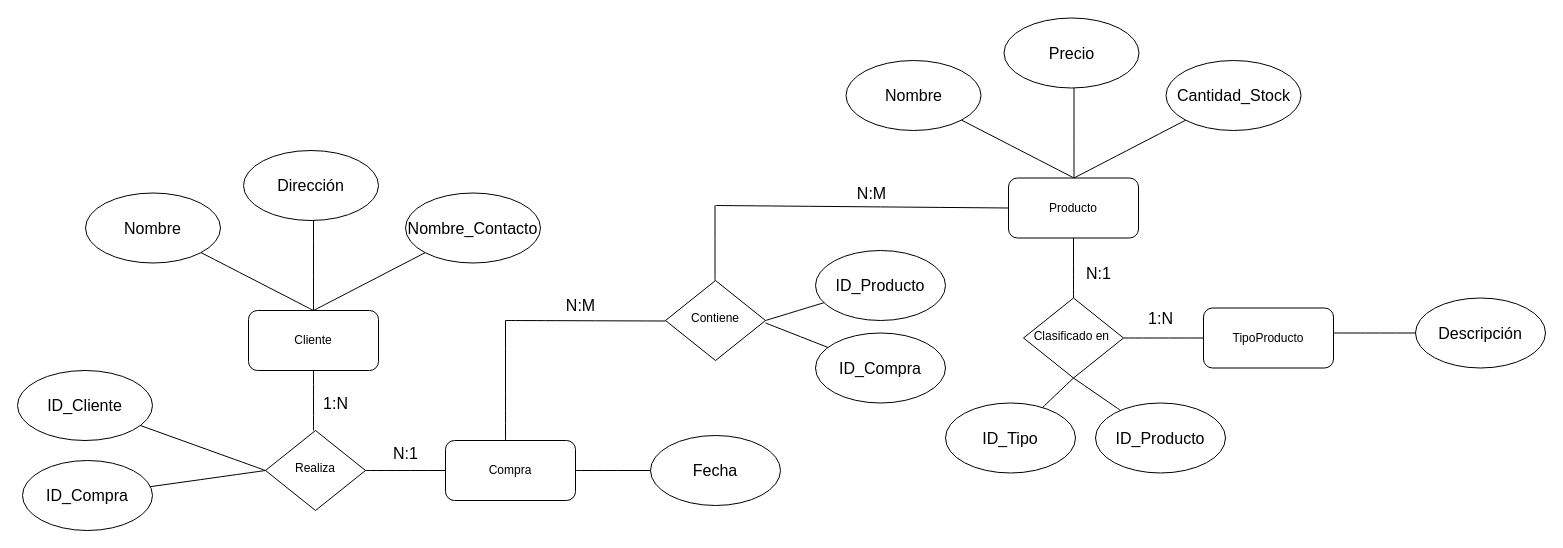
Before: Diagrama_examen_bdd.drawio in Alexx231/python, a draw.io diagram. Source tidied: cells renumbered, new cells numbered last; positions are measured from the earlier drawing's top-left corner, leaving out a move shared by most shapes. Both pictures are drawn from the tidied source at 100%, with x=0, y=0 at pixel (17, 18).
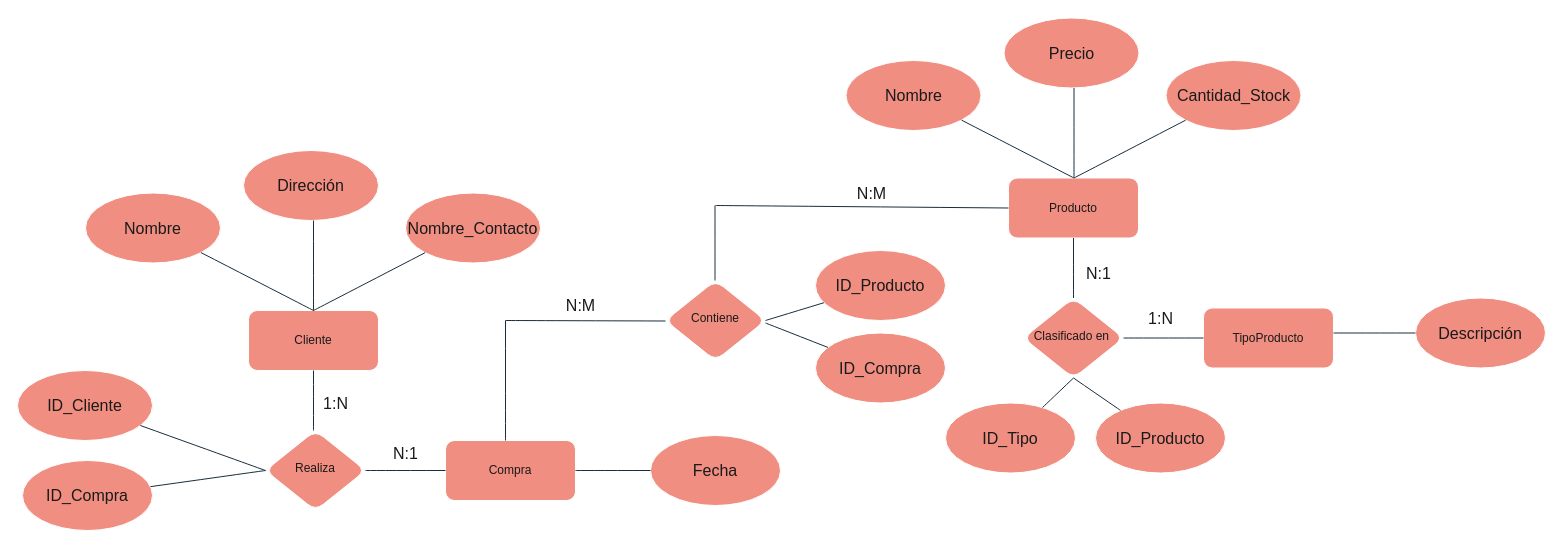
After the change.

Change to the diagram source:
```diff
@@
-    <mxCell id="2" value="Producto" style="rounded=1;whiteSpace=wrap;html=1;fontSize=12;glass=0;strokeWidth=1;shadow=0;" parent="1" vertex="1">
+    <mxCell id="2" value="Producto" style="rounded=1;whiteSpace=wrap;html=1;fontSize=12;glass=0;strokeWidth=1;shadow=0;labelBackgroundColor=none;fillColor=#F08E81;strokeColor=#FFFFFF;fontColor=#1A1A1A;" parent="1" vertex="1">
       <mxGeometry x="991" y="159.5" width="130" height="60" as="geometry" />
     </mxCell>
-    <mxCell id="3" value="Clasificado en&amp;nbsp;" style="rhombus;whiteSpace=wrap;html=1;shadow=0;fontFamily=Helvetica;fontSize=12;align=center;strokeWidth=1;spacing=6;spacingTop=-4;" parent="1" vertex="1">
+    <mxCell id="3" value="Clasificado en&amp;nbsp;" style="rhombus;whiteSpace=wrap;html=1;shadow=0;fontFamily=Helvetica;fontSize=12;align=center;strokeWidth=1;spacing=6;spacingTop=-4;labelBackgroundColor=none;fillColor=#F08E81;strokeColor=#FFFFFF;fontColor=#1A1A1A;rounded=1;" parent="1" vertex="1">
       <mxGeometry x="1006" y="279.5" width="100" height="80" as="geometry" />
     </mxCell>
-    <mxCell id="4" value="TipoProducto" style="rounded=1;whiteSpace=wrap;html=1;fontSize=12;glass=0;strokeWidth=1;shadow=0;" parent="1" vertex="1">
+    <mxCell id="4" value="TipoProducto" style="rounded=1;whiteSpace=wrap;html=1;fontSize=12;glass=0;strokeWidth=1;shadow=0;labelBackgroundColor=none;fillColor=#F08E81;strokeColor=#FFFFFF;fontColor=#1A1A1A;" parent="1" vertex="1">
       <mxGeometry x="1186" y="289.5" width="130" height="60" as="geometry" />
     </mxCell>
-    <mxCell id="5" value="Realiza" style="rhombus;whiteSpace=wrap;html=1;shadow=0;fontFamily=Helvetica;fontSize=12;align=center;strokeWidth=1;spacing=6;spacingTop=-4;" parent="1" vertex="1">
+    <mxCell id="5" value="Realiza" style="rhombus;whiteSpace=wrap;html=1;shadow=0;fontFamily=Helvetica;fontSize=12;align=center;strokeWidth=1;spacing=6;spacingTop=-4;labelBackgroundColor=none;fillColor=#F08E81;strokeColor=#FFFFFF;fontColor=#1A1A1A;rounded=1;" parent="1" vertex="1">
       <mxGeometry x="248" y="412" width="100" height="80" as="geometry" />
     </mxCell>
-    <mxCell id="6" value="Compra" style="rounded=1;whiteSpace=wrap;html=1;fontSize=12;glass=0;strokeWidth=1;shadow=0;" parent="1" vertex="1">
+    <mxCell id="6" value="Compra" style="rounded=1;whiteSpace=wrap;html=1;fontSize=12;glass=0;strokeWidth=1;shadow=0;labelBackgroundColor=none;fillColor=#F08E81;strokeColor=#FFFFFF;fontColor=#1A1A1A;" parent="1" vertex="1">
       <mxGeometry x="428" y="422" width="130" height="60" as="geometry" />
     </mxCell>
-    <mxCell id="7" value="Cliente" style="rounded=1;whiteSpace=wrap;html=1;fontSize=12;glass=0;strokeWidth=1;shadow=0;" parent="1" vertex="1">
+    <mxCell id="7" value="Cliente" style="rounded=1;whiteSpace=wrap;html=1;fontSize=12;glass=0;strokeWidth=1;shadow=0;labelBackgroundColor=none;fillColor=#F08E81;strokeColor=#FFFFFF;fontColor=#1A1A1A;" parent="1" vertex="1">
       <mxGeometry x="231" y="292" width="130" height="60" as="geometry" />
     </mxCell>
-    <mxCell id="8" value="Contiene" style="rhombus;whiteSpace=wrap;html=1;shadow=0;fontFamily=Helvetica;fontSize=12;align=center;strokeWidth=1;spacing=6;spacingTop=-4;" parent="1" vertex="1">
+    <mxCell id="8" value="Contiene" style="rhombus;whiteSpace=wrap;html=1;shadow=0;fontFamily=Helvetica;fontSize=12;align=center;strokeWidth=1;spacing=6;spacingTop=-4;labelBackgroundColor=none;fillColor=#F08E81;strokeColor=#FFFFFF;fontColor=#1A1A1A;rounded=1;" parent="1" vertex="1">
       <mxGeometry x="648" y="262" width="100" height="80" as="geometry" />
     </mxCell>
-    <mxCell id="9" value="Descripción" style="ellipse;whiteSpace=wrap;html=1;fontSize=16;" parent="1" vertex="1">
+    <mxCell id="9" value="Descripción" style="ellipse;whiteSpace=wrap;html=1;fontSize=16;labelBackgroundColor=none;fillColor=#F08E81;strokeColor=#FFFFFF;fontColor=#1A1A1A;rounded=1;" parent="1" vertex="1">
       <mxGeometry x="1398" y="279.5" width="130" height="70" as="geometry" />
     </mxCell>
-    <mxCell id="10" style="endArrow=none;html=1;rounded=0;fontSize=12;startSize=8;endSize=8;curved=1;" parent="1" edge="1" target="9">
+    <mxCell id="10" style="endArrow=none;html=1;rounded=1;fontSize=12;startSize=8;endSize=8;curved=1;labelBackgroundColor=none;strokeColor=#182E3E;fontColor=default;" parent="1" edge="1" target="9">
       <mxGeometry relative="1" as="geometry">
         <mxPoint x="1316" y="314.5" as="sourcePoint" />
       </mxGeometry>
     </mxCell>
-    <mxCell id="11" value="Nombre_Contacto" style="ellipse;whiteSpace=wrap;html=1;fontSize=16;" parent="1" vertex="1">
+    <mxCell id="11" value="Nombre_Contacto" style="ellipse;whiteSpace=wrap;html=1;fontSize=16;labelBackgroundColor=none;fillColor=#F08E81;strokeColor=#FFFFFF;fontColor=#1A1A1A;rounded=1;" parent="1" vertex="1">
       <mxGeometry x="388" y="174.5" width="135" height="70" as="geometry" />
     </mxCell>
-    <mxCell id="12" value="Dirección" style="ellipse;whiteSpace=wrap;html=1;fontSize=16;" parent="1" vertex="1">
+    <mxCell id="12" value="Dirección" style="ellipse;whiteSpace=wrap;html=1;fontSize=16;labelBackgroundColor=none;fillColor=#F08E81;strokeColor=#FFFFFF;fontColor=#1A1A1A;rounded=1;" parent="1" vertex="1">
       <mxGeometry x="226" y="132" width="135" height="70" as="geometry" />
     </mxCell>
-    <mxCell id="13" value="Nombre" style="ellipse;whiteSpace=wrap;html=1;fontSize=16;" parent="1" vertex="1">
+    <mxCell id="13" value="Nombre" style="ellipse;whiteSpace=wrap;html=1;fontSize=16;labelBackgroundColor=none;fillColor=#F08E81;strokeColor=#FFFFFF;fontColor=#1A1A1A;rounded=1;" parent="1" vertex="1">
       <mxGeometry x="68" y="174.5" width="135" height="70" as="geometry" />
     </mxCell>
-    <mxCell id="14" value="ID_Cliente" style="ellipse;whiteSpace=wrap;html=1;fontSize=16;" parent="1" vertex="1">
+    <mxCell id="14" value="ID_Cliente" style="ellipse;whiteSpace=wrap;html=1;fontSize=16;labelBackgroundColor=none;fillColor=#F08E81;strokeColor=#FFFFFF;fontColor=#1A1A1A;rounded=1;" parent="1" vertex="1">
       <mxGeometry y="352" width="135" height="70" as="geometry" />
     </mxCell>
-    <mxCell id="15" style="endArrow=none;html=1;rounded=0;fontSize=12;startSize=8;endSize=8;curved=1;" parent="1" edge="1" target="14">
+    <mxCell id="15" style="endArrow=none;html=1;rounded=1;fontSize=12;startSize=8;endSize=8;curved=1;labelBackgroundColor=none;strokeColor=#182E3E;fontColor=default;" parent="1" edge="1" target="14">
       <mxGeometry relative="1" as="geometry">
         <mxPoint x="248" y="452" as="sourcePoint" />
       </mxGeometry>
     </mxCell>
-    <mxCell id="16" style="endArrow=none;html=1;rounded=0;fontSize=12;startSize=8;endSize=8;curved=1;" parent="1" edge="1" target="13">
+    <mxCell id="16" style="endArrow=none;html=1;rounded=1;fontSize=12;startSize=8;endSize=8;curved=1;labelBackgroundColor=none;strokeColor=#182E3E;fontColor=default;" parent="1" edge="1" target="13">
       <mxGeometry relative="1" as="geometry">
         <mxPoint x="296" y="292" as="sourcePoint" />
       </mxGeometry>
     </mxCell>
-    <mxCell id="17" style="endArrow=none;html=1;rounded=0;fontSize=12;startSize=8;endSize=8;curved=1;" parent="1" edge="1">
+    <mxCell id="17" style="endArrow=none;html=1;rounded=1;fontSize=12;startSize=8;endSize=8;curved=1;labelBackgroundColor=none;strokeColor=#182E3E;fontColor=default;" parent="1" edge="1">
       <mxGeometry relative="1" as="geometry">
         <mxPoint x="296" y="292" as="sourcePoint" />
         <mxPoint x="296" y="202" as="targetPoint" />
       </mxGeometry>
     </mxCell>
-    <mxCell id="18" style="endArrow=none;html=1;rounded=0;fontSize=12;startSize=8;endSize=8;curved=1;" parent="1" edge="1" target="11">
+    <mxCell id="18" style="endArrow=none;html=1;rounded=1;fontSize=12;startSize=8;endSize=8;curved=1;labelBackgroundColor=none;strokeColor=#182E3E;fontColor=default;" parent="1" edge="1" target="11">
       <mxGeometry relative="1" as="geometry">
         <mxPoint x="296" y="292" as="sourcePoint" />
       </mxGeometry>
     </mxCell>
-    <mxCell id="19" value="Fecha" style="ellipse;whiteSpace=wrap;html=1;fontSize=16;" parent="1" vertex="1">
+    <mxCell id="19" value="Fecha" style="ellipse;whiteSpace=wrap;html=1;fontSize=16;labelBackgroundColor=none;fillColor=#F08E81;strokeColor=#FFFFFF;fontColor=#1A1A1A;rounded=1;" parent="1" vertex="1">
       <mxGeometry x="633" y="417" width="130" height="70" as="geometry" />
     </mxCell>
-    <mxCell id="20" value="ID_Compra" style="ellipse;whiteSpace=wrap;html=1;fontSize=16;" parent="1" vertex="1">
+    <mxCell id="20" value="ID_Compra" style="ellipse;whiteSpace=wrap;html=1;fontSize=16;labelBackgroundColor=none;fillColor=#F08E81;strokeColor=#FFFFFF;fontColor=#1A1A1A;rounded=1;" parent="1" vertex="1">
       <mxGeometry x="5" y="442" width="130" height="70" as="geometry" />
     </mxCell>
-    <mxCell id="21" style="endArrow=none;html=1;rounded=0;fontSize=12;startSize=8;endSize=8;curved=1;" parent="1" edge="1" target="19">
+    <mxCell id="21" style="endArrow=none;html=1;rounded=1;fontSize=12;startSize=8;endSize=8;curved=1;labelBackgroundColor=none;strokeColor=#182E3E;fontColor=default;" parent="1" edge="1" target="19">
       <mxGeometry relative="1" as="geometry">
         <mxPoint x="558" y="452" as="sourcePoint" />
       </mxGeometry>
     </mxCell>
-    <mxCell id="22" style="endArrow=none;html=1;rounded=0;fontSize=12;startSize=8;endSize=8;curved=1;entryX=0.5;entryY=1;entryDx=0;entryDy=0;" parent="1" edge="1" target="2">
+    <mxCell id="22" style="endArrow=none;html=1;rounded=1;fontSize=12;startSize=8;endSize=8;curved=1;entryX=0.5;entryY=1;entryDx=0;entryDy=0;labelBackgroundColor=none;strokeColor=#182E3E;fontColor=default;" parent="1" edge="1" target="2">
       <mxGeometry relative="1" as="geometry">
         <mxPoint x="1056" y="279.5" as="sourcePoint" />
       </mxGeometry>
     </mxCell>
-    <mxCell id="23" style="endArrow=none;html=1;rounded=0;fontSize=12;startSize=8;endSize=8;curved=1;entryX=0;entryY=0.5;entryDx=0;entryDy=0;" parent="1" edge="1" target="4">
+    <mxCell id="23" style="endArrow=none;html=1;rounded=1;fontSize=12;startSize=8;endSize=8;curved=1;entryX=0;entryY=0.5;entryDx=0;entryDy=0;labelBackgroundColor=none;strokeColor=#182E3E;fontColor=default;" parent="1" edge="1" target="4">
       <mxGeometry relative="1" as="geometry">
         <mxPoint x="1106" y="319.5" as="sourcePoint" />
       </mxGeometry>
     </mxCell>
-    <mxCell id="24" style="endArrow=none;html=1;rounded=0;fontSize=12;startSize=8;endSize=8;curved=1;entryX=0.5;entryY=1;entryDx=0;entryDy=0;" parent="1" edge="1" target="7">
+    <mxCell id="24" style="endArrow=none;html=1;rounded=1;fontSize=12;startSize=8;endSize=8;curved=1;entryX=0.5;entryY=1;entryDx=0;entryDy=0;labelBackgroundColor=none;strokeColor=#182E3E;fontColor=default;" parent="1" edge="1" target="7">
       <mxGeometry relative="1" as="geometry">
         <mxPoint x="296" y="412" as="sourcePoint" />
       </mxGeometry>
     </mxCell>
-    <mxCell id="25" style="endArrow=none;html=1;rounded=0;fontSize=12;startSize=8;endSize=8;curved=1;entryX=0;entryY=0.5;entryDx=0;entryDy=0;" parent="1" edge="1" target="6">
+    <mxCell id="25" style="endArrow=none;html=1;rounded=1;fontSize=12;startSize=8;endSize=8;curved=1;entryX=0;entryY=0.5;entryDx=0;entryDy=0;labelBackgroundColor=none;strokeColor=#182E3E;fontColor=default;" parent="1" edge="1" target="6">
       <mxGeometry relative="1" as="geometry">
         <mxPoint x="348" y="452" as="sourcePoint" />
       </mxGeometry>
     </mxCell>
-    <mxCell id="26" style="endArrow=none;html=1;rounded=0;fontSize=12;startSize=8;endSize=8;curved=1;" parent="1" edge="1">
+    <mxCell id="26" style="endArrow=none;html=1;rounded=1;fontSize=12;startSize=8;endSize=8;curved=1;labelBackgroundColor=none;strokeColor=#182E3E;fontColor=default;" parent="1" edge="1">
       <mxGeometry relative="1" as="geometry">
         <mxPoint x="488" y="422" as="sourcePoint" />
         <mxPoint x="488" y="302" as="targetPoint" />
       </mxGeometry>
     </mxCell>
-    <mxCell id="27" style="endArrow=none;html=1;rounded=0;fontSize=12;startSize=8;endSize=8;curved=1;" parent="1" edge="1">
+    <mxCell id="27" style="endArrow=none;html=1;rounded=1;fontSize=12;startSize=8;endSize=8;curved=1;labelBackgroundColor=none;strokeColor=#182E3E;fontColor=default;" parent="1" edge="1">
       <mxGeometry relative="1" as="geometry">
         <mxPoint x="488" y="302" as="sourcePoint" />
         <mxPoint x="648" y="302.5" as="targetPoint" />
       </mxGeometry>
     </mxCell>
-    <mxCell id="28" style="endArrow=none;html=1;rounded=0;fontSize=12;startSize=8;endSize=8;curved=1;exitX=0.495;exitY=0;exitDx=0;exitDy=0;exitPerimeter=0;" parent="1" edge="1" source="8">
+    <mxCell id="28" style="endArrow=none;html=1;rounded=1;fontSize=12;startSize=8;endSize=8;curved=1;exitX=0.495;exitY=0;exitDx=0;exitDy=0;exitPerimeter=0;labelBackgroundColor=none;strokeColor=#182E3E;fontColor=default;" parent="1" edge="1" source="8">
       <mxGeometry relative="1" as="geometry">
         <mxPoint x="697.5" y="187" as="targetPoint" />
       </mxGeometry>
     </mxCell>
-    <mxCell id="29" style="endArrow=none;html=1;rounded=0;fontSize=12;startSize=8;endSize=8;curved=1;entryX=0;entryY=0.5;entryDx=0;entryDy=0;" parent="1" edge="1" target="2">
+    <mxCell id="29" style="endArrow=none;html=1;rounded=1;fontSize=12;startSize=8;endSize=8;curved=1;entryX=0;entryY=0.5;entryDx=0;entryDy=0;labelBackgroundColor=none;strokeColor=#182E3E;fontColor=default;" parent="1" edge="1" target="2">
       <mxGeometry relative="1" as="geometry">
         <mxPoint x="698" y="187" as="sourcePoint" />
       </mxGeometry>
     </mxCell>
-    <mxCell id="30" style="endArrow=none;html=1;rounded=0;fontSize=12;startSize=8;endSize=8;curved=1;" parent="1" edge="1" target="20">
+    <mxCell id="30" style="endArrow=none;html=1;rounded=1;fontSize=12;startSize=8;endSize=8;curved=1;labelBackgroundColor=none;strokeColor=#182E3E;fontColor=default;" parent="1" edge="1" target="20">
       <mxGeometry relative="1" as="geometry">
         <mxPoint x="248" y="452" as="sourcePoint" />
       </mxGeometry>
     </mxCell>
-    <mxCell id="31" value="ID_Producto" style="ellipse;whiteSpace=wrap;html=1;fontSize=16;" parent="1" vertex="1">
+    <mxCell id="31" value="ID_Producto" style="ellipse;whiteSpace=wrap;html=1;fontSize=16;labelBackgroundColor=none;fillColor=#F08E81;strokeColor=#FFFFFF;fontColor=#1A1A1A;rounded=1;" parent="1" vertex="1">
       <mxGeometry x="798" y="232" width="130" height="70" as="geometry" />
     </mxCell>
-    <mxCell id="32" value="ID_Compra" style="ellipse;whiteSpace=wrap;html=1;fontSize=16;" parent="1" vertex="1">
+    <mxCell id="32" value="ID_Compra" style="ellipse;whiteSpace=wrap;html=1;fontSize=16;labelBackgroundColor=none;fillColor=#F08E81;strokeColor=#FFFFFF;fontColor=#1A1A1A;rounded=1;" parent="1" vertex="1">
       <mxGeometry x="798" y="314.5" width="130" height="70" as="geometry" />
     </mxCell>
-    <mxCell id="33" style="endArrow=none;html=1;rounded=0;fontSize=12;startSize=8;endSize=8;curved=1;" parent="1" edge="1" target="31">
+    <mxCell id="33" style="endArrow=none;html=1;rounded=1;fontSize=12;startSize=8;endSize=8;curved=1;labelBackgroundColor=none;strokeColor=#182E3E;fontColor=default;" parent="1" edge="1" target="31">
       <mxGeometry relative="1" as="geometry">
         <mxPoint x="748" y="302" as="sourcePoint" />
       </mxGeometry>
     </mxCell>
-    <mxCell id="34" style="endArrow=none;html=1;rounded=0;fontSize=12;startSize=8;endSize=8;curved=1;" parent="1" edge="1" target="32">
+    <mxCell id="34" style="endArrow=none;html=1;rounded=1;fontSize=12;startSize=8;endSize=8;curved=1;labelBackgroundColor=none;strokeColor=#182E3E;fontColor=default;" parent="1" edge="1" target="32">
       <mxGeometry relative="1" as="geometry">
         <mxPoint x="748" y="304.5" as="sourcePoint" />
       </mxGeometry>
     </mxCell>
-    <mxCell id="35" value="Cantidad_Stock" style="ellipse;whiteSpace=wrap;html=1;fontSize=16;" parent="1" vertex="1">
+    <mxCell id="35" value="Cantidad_Stock" style="ellipse;whiteSpace=wrap;html=1;fontSize=16;labelBackgroundColor=none;fillColor=#F08E81;strokeColor=#FFFFFF;fontColor=#1A1A1A;rounded=1;" parent="1" vertex="1">
       <mxGeometry x="1148.5" y="42" width="135" height="70" as="geometry" />
     </mxCell>
-    <mxCell id="36" value="Precio" style="ellipse;whiteSpace=wrap;html=1;fontSize=16;" parent="1" vertex="1">
+    <mxCell id="36" value="Precio" style="ellipse;whiteSpace=wrap;html=1;fontSize=16;labelBackgroundColor=none;fillColor=#F08E81;strokeColor=#FFFFFF;fontColor=#1A1A1A;rounded=1;" parent="1" vertex="1">
       <mxGeometry x="986.5" y="-0.5" width="135" height="70" as="geometry" />
     </mxCell>
-    <mxCell id="37" value="Nombre" style="ellipse;whiteSpace=wrap;html=1;fontSize=16;" parent="1" vertex="1">
+    <mxCell id="37" value="Nombre" style="ellipse;whiteSpace=wrap;html=1;fontSize=16;labelBackgroundColor=none;fillColor=#F08E81;strokeColor=#FFFFFF;fontColor=#1A1A1A;rounded=1;" parent="1" vertex="1">
       <mxGeometry x="828.5" y="42" width="135" height="70" as="geometry" />
     </mxCell>
-    <mxCell id="38" style="endArrow=none;html=1;rounded=0;fontSize=12;startSize=8;endSize=8;curved=1;" parent="1" edge="1" target="37">
+    <mxCell id="38" style="endArrow=none;html=1;rounded=1;fontSize=12;startSize=8;endSize=8;curved=1;labelBackgroundColor=none;strokeColor=#182E3E;fontColor=default;" parent="1" edge="1" target="37">
       <mxGeometry relative="1" as="geometry">
         <mxPoint x="1056.5" y="159.5" as="sourcePoint" />
       </mxGeometry>
     </mxCell>
-    <mxCell id="39" style="endArrow=none;html=1;rounded=0;fontSize=12;startSize=8;endSize=8;curved=1;" parent="1" edge="1">
+    <mxCell id="39" style="endArrow=none;html=1;rounded=1;fontSize=12;startSize=8;endSize=8;curved=1;labelBackgroundColor=none;strokeColor=#182E3E;fontColor=default;" parent="1" edge="1">
       <mxGeometry relative="1" as="geometry">
         <mxPoint x="1056.5" y="159.5" as="sourcePoint" />
         <mxPoint x="1056.5" y="69.5" as="targetPoint" />
       </mxGeometry>
     </mxCell>
-    <mxCell id="40" style="endArrow=none;html=1;rounded=0;fontSize=12;startSize=8;endSize=8;curved=1;" parent="1" edge="1" target="35">
+    <mxCell id="40" style="endArrow=none;html=1;rounded=1;fontSize=12;startSize=8;endSize=8;curved=1;labelBackgroundColor=none;strokeColor=#182E3E;fontColor=default;" parent="1" edge="1" target="35">
       <mxGeometry relative="1" as="geometry">
         <mxPoint x="1056.5" y="159.5" as="sourcePoint" />
       </mxGeometry>
     </mxCell>
-    <mxCell id="41" value="ID_Producto" style="ellipse;whiteSpace=wrap;html=1;fontSize=16;" parent="1" vertex="1">
+    <mxCell id="41" value="ID_Producto" style="ellipse;whiteSpace=wrap;html=1;fontSize=16;labelBackgroundColor=none;fillColor=#F08E81;strokeColor=#FFFFFF;fontColor=#1A1A1A;rounded=1;" parent="1" vertex="1">
       <mxGeometry x="1078" y="384.5" width="130" height="70" as="geometry" />
     </mxCell>
-    <mxCell id="42" value="ID_Tipo" style="ellipse;whiteSpace=wrap;html=1;fontSize=16;" parent="1" vertex="1">
+    <mxCell id="42" value="ID_Tipo" style="ellipse;whiteSpace=wrap;html=1;fontSize=16;labelBackgroundColor=none;fillColor=#F08E81;strokeColor=#FFFFFF;fontColor=#1A1A1A;rounded=1;" parent="1" vertex="1">
       <mxGeometry x="928" y="384.5" width="130" height="70" as="geometry" />
     </mxCell>
-    <mxCell id="43" style="endArrow=none;html=1;rounded=0;fontSize=12;startSize=8;endSize=8;curved=1;entryX=0.5;entryY=1;entryDx=0;entryDy=0;" parent="1" edge="1" source="42" target="3">
+    <mxCell id="43" style="endArrow=none;html=1;rounded=1;fontSize=12;startSize=8;endSize=8;curved=1;entryX=0.5;entryY=1;entryDx=0;entryDy=0;labelBackgroundColor=none;strokeColor=#182E3E;fontColor=default;" parent="1" edge="1" source="42" target="3">
       <mxGeometry relative="1" as="geometry" />
     </mxCell>
-    <mxCell id="44" style="endArrow=none;html=1;rounded=0;fontSize=12;startSize=8;endSize=8;curved=1;entryX=0.5;entryY=1;entryDx=0;entryDy=0;" parent="1" edge="1" source="41" target="3">
+    <mxCell id="44" style="endArrow=none;html=1;rounded=1;fontSize=12;startSize=8;endSize=8;curved=1;entryX=0.5;entryY=1;entryDx=0;entryDy=0;labelBackgroundColor=none;strokeColor=#182E3E;fontColor=default;" parent="1" edge="1" source="41" target="3">
       <mxGeometry relative="1" as="geometry" />
     </mxCell>
-    <mxCell id="45" value="1:N" style="text;html=1;align=center;verticalAlign=middle;strokeColor=none;fillColor=none;fontSize=16;" parent="1" vertex="1">
+    <mxCell id="45" value="1:N" style="text;html=1;align=center;verticalAlign=middle;strokeColor=none;fillColor=none;fontSize=16;labelBackgroundColor=none;fontColor=#1A1A1A;rounded=1;" parent="1" vertex="1">
       <mxGeometry x="1118" y="284.5" width="50" height="30" as="geometry" />
     </mxCell>
-    <mxCell id="46" value="N:1" style="text;html=1;align=center;verticalAlign=middle;strokeColor=none;fillColor=none;fontSize=16;" parent="1" vertex="1">
+    <mxCell id="46" value="N:1" style="text;html=1;align=center;verticalAlign=middle;strokeColor=none;fillColor=none;fontSize=16;labelBackgroundColor=none;fontColor=#1A1A1A;rounded=1;" parent="1" vertex="1">
       <mxGeometry x="1056" y="240" width="50" height="30" as="geometry" />
     </mxCell>
-    <mxCell id="47" value="1:N" style="text;html=1;align=center;verticalAlign=middle;strokeColor=none;fillColor=none;fontSize=16;" parent="1" vertex="1">
+    <mxCell id="47" value="1:N" style="text;html=1;align=center;verticalAlign=middle;strokeColor=none;fillColor=none;fontSize=16;labelBackgroundColor=none;fontColor=#1A1A1A;rounded=1;" parent="1" vertex="1">
       <mxGeometry x="293" y="370" width="50" height="30" as="geometry" />
     </mxCell>
-    <mxCell id="48" value="N:1" style="text;html=1;align=center;verticalAlign=middle;strokeColor=none;fillColor=none;fontSize=16;" parent="1" vertex="1">
+    <mxCell id="48" value="N:1" style="text;html=1;align=center;verticalAlign=middle;strokeColor=none;fillColor=none;fontSize=16;labelBackgroundColor=none;fontColor=#1A1A1A;rounded=1;" parent="1" vertex="1">
       <mxGeometry x="363" y="420" width="50" height="30" as="geometry" />
     </mxCell>
-    <mxCell id="49" value="N:M" style="text;html=1;align=center;verticalAlign=middle;strokeColor=none;fillColor=none;fontSize=16;" parent="1" vertex="1">
+    <mxCell id="49" value="N:M" style="text;html=1;align=center;verticalAlign=middle;strokeColor=none;fillColor=none;fontSize=16;labelBackgroundColor=none;fontColor=#1A1A1A;rounded=1;" parent="1" vertex="1">
       <mxGeometry x="538" y="272" width="50" height="30" as="geometry" />
     </mxCell>
-    <mxCell id="50" value="N:M" style="text;html=1;align=center;verticalAlign=middle;strokeColor=none;fillColor=none;fontSize=16;" parent="1" vertex="1">
+    <mxCell id="50" value="N:M" style="text;html=1;align=center;verticalAlign=middle;strokeColor=none;fillColor=none;fontSize=16;labelBackgroundColor=none;fontColor=#1A1A1A;rounded=1;" parent="1" vertex="1">
       <mxGeometry x="828.5" y="159.5" width="50" height="30" as="geometry" />
     </mxCell>
```
